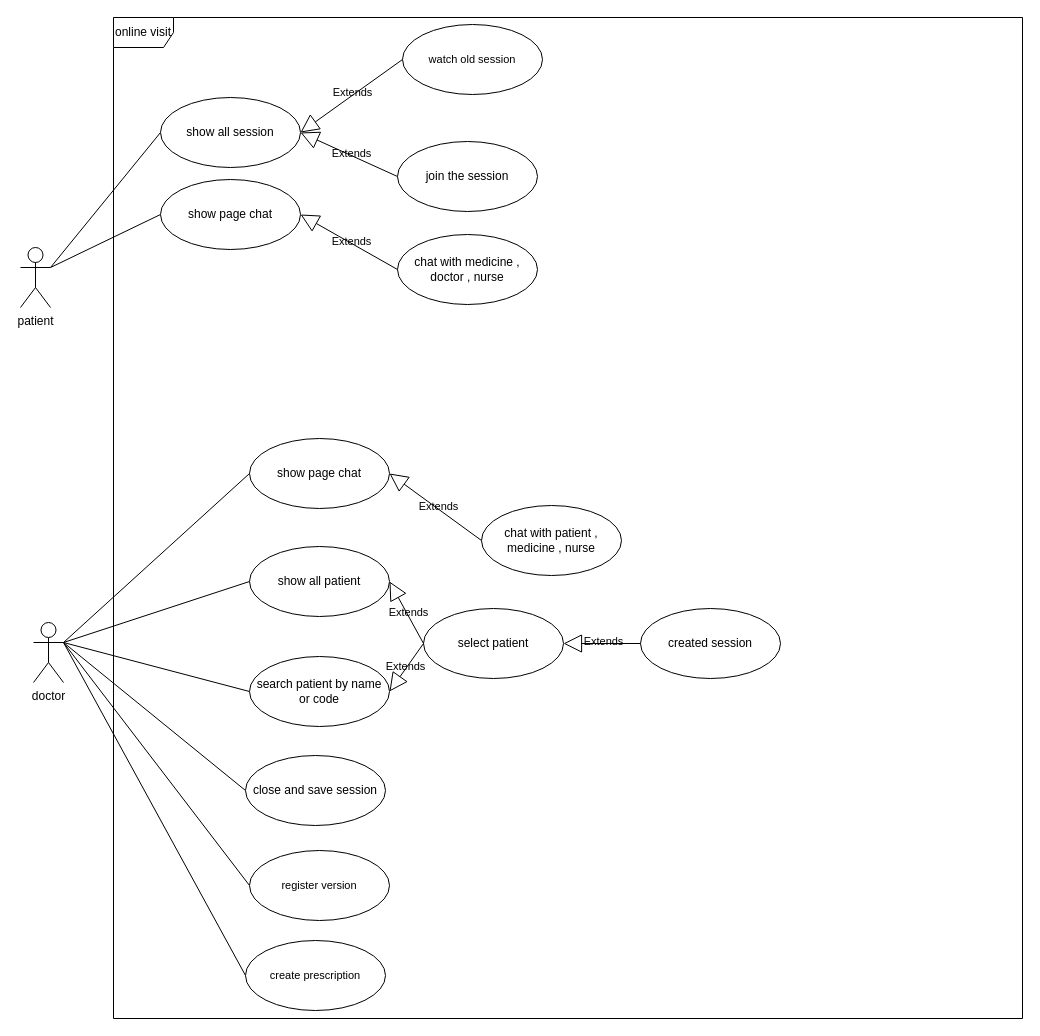
This is USECASE/online_visit.drawio from SalehAskari/telemedicine, a draw.io file, before an edit. Source tidied: cells renumbered, new cells numbered last; positions are measured from the earlier drawing's top-left corner, leaving out a move shared by most shapes. Both pictures are drawn from the tidied source at 100%, with x=0, y=0 at pixel (20, 17).
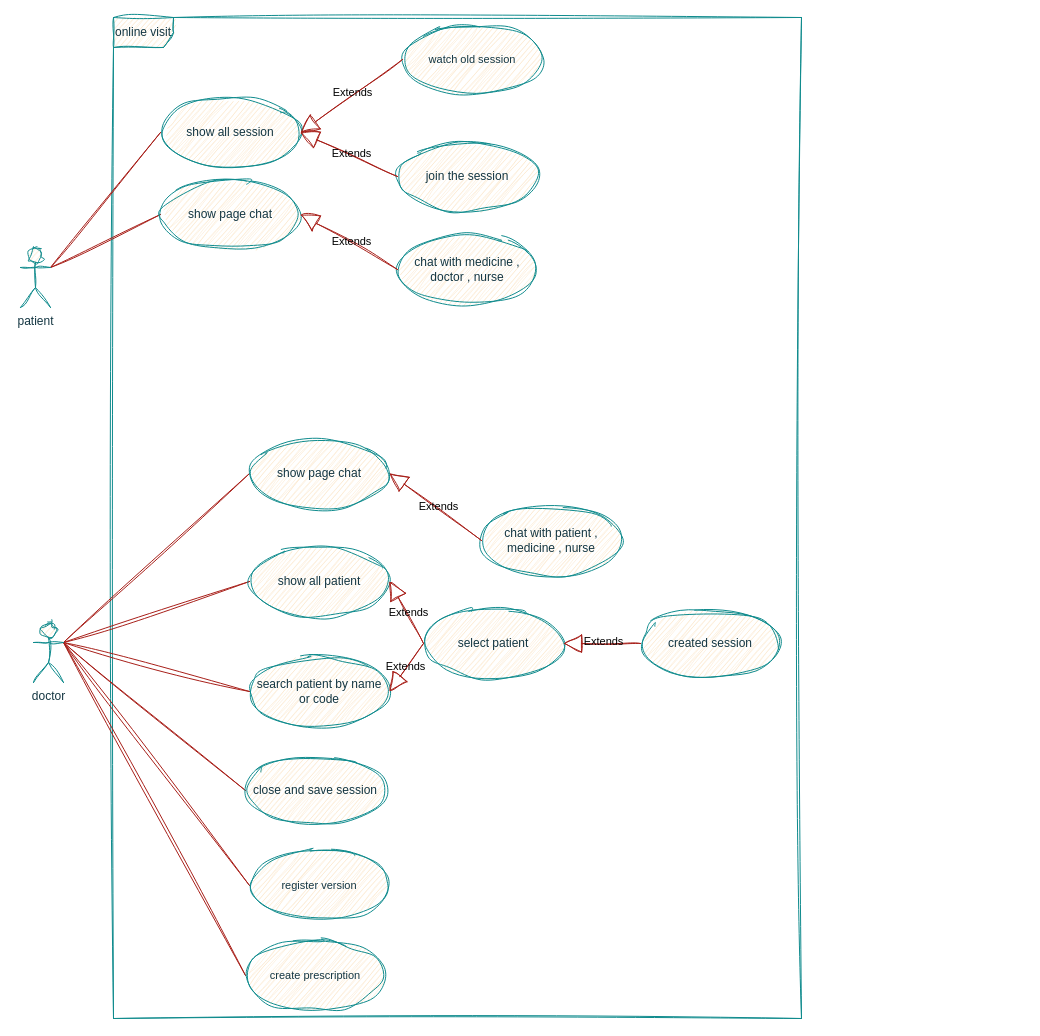
After the change.

Diff of the diagram source:
```diff
@@
-    <mxCell id="2" value="online visit" style="shape=umlFrame;whiteSpace=wrap;html=1;labelBackgroundColor=none;" parent="1" vertex="1">
-      <mxGeometry x="93" width="909" height="1001" as="geometry" />
+    <mxCell id="2" value="online visit" style="shape=umlFrame;whiteSpace=wrap;html=1;labelBackgroundColor=none;fillColor=#FAE5C7;strokeColor=#0F8B8D;fontColor=#143642;sketch=1;curveFitting=1;jiggle=2;" parent="1" vertex="1">
+      <mxGeometry x="93" width="688" height="1001" as="geometry" />
     </mxCell>
-    <mxCell id="3" style="edgeStyle=none;shape=connector;rounded=0;jettySize=auto;html=1;exitX=1;exitY=0.3333333333333333;exitDx=0;exitDy=0;exitPerimeter=0;entryX=0;entryY=0.5;entryDx=0;entryDy=0;align=center;verticalAlign=middle;fontFamily=Helvetica;fontSize=11;fontColor=default;labelBackgroundColor=none;startFill=0;endArrow=none;" parent="1" edge="1" source="9" target="15">
+    <mxCell id="3" style="edgeStyle=none;shape=connector;rounded=0;jettySize=auto;html=1;exitX=1;exitY=0.3333333333333333;exitDx=0;exitDy=0;exitPerimeter=0;entryX=0;entryY=0.5;entryDx=0;entryDy=0;align=center;verticalAlign=middle;fontFamily=Helvetica;fontSize=11;fontColor=default;labelBackgroundColor=none;startFill=0;endArrow=none;strokeColor=#A8201A;sketch=1;curveFitting=1;jiggle=2;" parent="1" edge="1" source="9" target="15">
       <mxGeometry relative="1" as="geometry" />
     </mxCell>
-    <mxCell id="4" style="edgeStyle=none;shape=connector;rounded=0;jettySize=auto;html=1;exitX=1;exitY=0.3333333333333333;exitDx=0;exitDy=0;exitPerimeter=0;entryX=0;entryY=0.5;entryDx=0;entryDy=0;align=center;verticalAlign=middle;fontFamily=Helvetica;fontSize=11;fontColor=default;labelBackgroundColor=none;startFill=0;endArrow=none;" parent="1" edge="1" source="9" target="17">
+    <mxCell id="4" style="edgeStyle=none;shape=connector;rounded=0;jettySize=auto;html=1;exitX=1;exitY=0.3333333333333333;exitDx=0;exitDy=0;exitPerimeter=0;entryX=0;entryY=0.5;entryDx=0;entryDy=0;align=center;verticalAlign=middle;fontFamily=Helvetica;fontSize=11;fontColor=default;labelBackgroundColor=none;startFill=0;endArrow=none;strokeColor=#A8201A;sketch=1;curveFitting=1;jiggle=2;" parent="1" edge="1" source="9" target="17">
       <mxGeometry relative="1" as="geometry" />
     </mxCell>
-    <mxCell id="5" style="edgeStyle=none;shape=connector;rounded=0;jettySize=auto;html=1;exitX=1;exitY=0.3333333333333333;exitDx=0;exitDy=0;exitPerimeter=0;entryX=0;entryY=0.5;entryDx=0;entryDy=0;align=center;verticalAlign=middle;fontFamily=Helvetica;fontSize=11;fontColor=default;labelBackgroundColor=none;startFill=0;endArrow=none;" parent="1" edge="1" source="9" target="22">
+    <mxCell id="5" style="edgeStyle=none;shape=connector;rounded=0;jettySize=auto;html=1;exitX=1;exitY=0.3333333333333333;exitDx=0;exitDy=0;exitPerimeter=0;entryX=0;entryY=0.5;entryDx=0;entryDy=0;align=center;verticalAlign=middle;fontFamily=Helvetica;fontSize=11;fontColor=default;labelBackgroundColor=none;startFill=0;endArrow=none;strokeColor=#A8201A;sketch=1;curveFitting=1;jiggle=2;" parent="1" edge="1" source="9" target="22">
       <mxGeometry relative="1" as="geometry" />
     </mxCell>
-    <mxCell id="6" style="edgeStyle=none;shape=connector;rounded=0;jettySize=auto;html=1;exitX=1;exitY=0.3333333333333333;exitDx=0;exitDy=0;exitPerimeter=0;entryX=0;entryY=0.5;entryDx=0;entryDy=0;align=center;verticalAlign=middle;fontFamily=Helvetica;fontSize=11;fontColor=default;labelBackgroundColor=none;startFill=0;endArrow=none;" parent="1" edge="1" source="9" target="26">
+    <mxCell id="6" style="edgeStyle=none;shape=connector;rounded=0;jettySize=auto;html=1;exitX=1;exitY=0.3333333333333333;exitDx=0;exitDy=0;exitPerimeter=0;entryX=0;entryY=0.5;entryDx=0;entryDy=0;align=center;verticalAlign=middle;fontFamily=Helvetica;fontSize=11;fontColor=default;labelBackgroundColor=none;startFill=0;endArrow=none;strokeColor=#A8201A;sketch=1;curveFitting=1;jiggle=2;" parent="1" edge="1" source="9" target="26">
       <mxGeometry relative="1" as="geometry" />
     </mxCell>
-    <mxCell id="7" style="edgeStyle=none;shape=connector;rounded=0;jettySize=auto;html=1;exitX=1;exitY=0.3333333333333333;exitDx=0;exitDy=0;exitPerimeter=0;entryX=0;entryY=0.5;entryDx=0;entryDy=0;strokeColor=default;align=center;verticalAlign=middle;fontFamily=Helvetica;fontSize=11;fontColor=default;labelBackgroundColor=none;startFill=0;endArrow=none;" parent="1" edge="1" source="9" target="27">
+    <mxCell id="7" style="edgeStyle=none;shape=connector;rounded=0;jettySize=auto;html=1;exitX=1;exitY=0.3333333333333333;exitDx=0;exitDy=0;exitPerimeter=0;entryX=0;entryY=0.5;entryDx=0;entryDy=0;strokeColor=#A8201A;align=center;verticalAlign=middle;fontFamily=Helvetica;fontSize=11;fontColor=default;labelBackgroundColor=none;startFill=0;endArrow=none;sketch=1;curveFitting=1;jiggle=2;" parent="1" edge="1" source="9" target="27">
       <mxGeometry relative="1" as="geometry" />
     </mxCell>
-    <mxCell id="8" style="edgeStyle=none;shape=connector;rounded=0;jettySize=auto;html=1;exitX=1;exitY=0.3333333333333333;exitDx=0;exitDy=0;exitPerimeter=0;entryX=0;entryY=0.5;entryDx=0;entryDy=0;strokeColor=default;align=center;verticalAlign=middle;fontFamily=Helvetica;fontSize=11;fontColor=default;labelBackgroundColor=none;startFill=0;endArrow=none;" parent="1" edge="1" source="9" target="31">
+    <mxCell id="8" style="edgeStyle=none;shape=connector;rounded=0;jettySize=auto;html=1;exitX=1;exitY=0.3333333333333333;exitDx=0;exitDy=0;exitPerimeter=0;entryX=0;entryY=0.5;entryDx=0;entryDy=0;strokeColor=#A8201A;align=center;verticalAlign=middle;fontFamily=Helvetica;fontSize=11;fontColor=default;labelBackgroundColor=none;startFill=0;endArrow=none;sketch=1;curveFitting=1;jiggle=2;" parent="1" edge="1" source="9" target="31">
       <mxGeometry relative="1" as="geometry" />
     </mxCell>
-    <mxCell id="9" value="doctor" style="shape=umlActor;verticalLabelPosition=bottom;verticalAlign=top;html=1;labelBackgroundColor=none;" parent="1" vertex="1">
+    <mxCell id="9" value="doctor" style="shape=umlActor;verticalLabelPosition=bottom;verticalAlign=top;html=1;labelBackgroundColor=none;fillColor=#FAE5C7;strokeColor=#0F8B8D;fontColor=#143642;sketch=1;curveFitting=1;jiggle=2;" parent="1" vertex="1">
       <mxGeometry x="13" y="605" width="30" height="60" as="geometry" />
     </mxCell>
-    <mxCell id="10" style="edgeStyle=none;shape=connector;rounded=0;jettySize=auto;html=1;exitX=1;exitY=0.3333333333333333;exitDx=0;exitDy=0;exitPerimeter=0;entryX=0;entryY=0.5;entryDx=0;entryDy=0;align=center;verticalAlign=middle;fontFamily=Helvetica;fontSize=11;fontColor=default;labelBackgroundColor=none;startFill=0;endArrow=none;" parent="1" edge="1" source="12" target="21">
+    <mxCell id="10" style="edgeStyle=none;shape=connector;rounded=0;jettySize=auto;html=1;exitX=1;exitY=0.3333333333333333;exitDx=0;exitDy=0;exitPerimeter=0;entryX=0;entryY=0.5;entryDx=0;entryDy=0;align=center;verticalAlign=middle;fontFamily=Helvetica;fontSize=11;fontColor=default;labelBackgroundColor=none;startFill=0;endArrow=none;strokeColor=#A8201A;sketch=1;curveFitting=1;jiggle=2;" parent="1" edge="1" source="12" target="21">
       <mxGeometry relative="1" as="geometry" />
     </mxCell>
-    <mxCell id="11" style="edgeStyle=none;shape=connector;rounded=0;jettySize=auto;html=1;exitX=1;exitY=0.3333333333333333;exitDx=0;exitDy=0;exitPerimeter=0;entryX=0;entryY=0.5;entryDx=0;entryDy=0;strokeColor=default;align=center;verticalAlign=middle;fontFamily=Helvetica;fontSize=11;fontColor=default;labelBackgroundColor=none;startFill=0;endArrow=none;" parent="1" edge="1" source="12" target="28">
+    <mxCell id="11" style="edgeStyle=none;shape=connector;rounded=0;jettySize=auto;html=1;exitX=1;exitY=0.3333333333333333;exitDx=0;exitDy=0;exitPerimeter=0;entryX=0;entryY=0.5;entryDx=0;entryDy=0;strokeColor=#A8201A;align=center;verticalAlign=middle;fontFamily=Helvetica;fontSize=11;fontColor=default;labelBackgroundColor=none;startFill=0;endArrow=none;sketch=1;curveFitting=1;jiggle=2;" parent="1" edge="1" source="12" target="28">
       <mxGeometry relative="1" as="geometry" />
     </mxCell>
-    <mxCell id="12" value="patient" style="shape=umlActor;verticalLabelPosition=bottom;verticalAlign=top;html=1;labelBackgroundColor=none;" parent="1" vertex="1">
+    <mxCell id="12" value="patient" style="shape=umlActor;verticalLabelPosition=bottom;verticalAlign=top;html=1;labelBackgroundColor=none;fillColor=#FAE5C7;strokeColor=#0F8B8D;fontColor=#143642;sketch=1;curveFitting=1;jiggle=2;" parent="1" vertex="1">
       <mxGeometry y="230" width="30" height="60" as="geometry" />
     </mxCell>
-    <mxCell id="13" value="created session" style="ellipse;whiteSpace=wrap;html=1;labelBackgroundColor=none;" parent="1" vertex="1">
+    <mxCell id="13" value="created session" style="ellipse;whiteSpace=wrap;html=1;labelBackgroundColor=none;fillColor=#FAE5C7;strokeColor=#0F8B8D;fontColor=#143642;sketch=1;curveFitting=1;jiggle=2;" parent="1" vertex="1">
       <mxGeometry x="620" y="591" width="140" height="70" as="geometry" />
     </mxCell>
-    <mxCell id="14" value="join the session" style="ellipse;whiteSpace=wrap;html=1;labelBackgroundColor=none;" parent="1" vertex="1">
+    <mxCell id="14" value="join the session" style="ellipse;whiteSpace=wrap;html=1;labelBackgroundColor=none;fillColor=#FAE5C7;strokeColor=#0F8B8D;fontColor=#143642;sketch=1;curveFitting=1;jiggle=2;" parent="1" vertex="1">
       <mxGeometry x="377" y="124" width="140" height="70" as="geometry" />
     </mxCell>
-    <mxCell id="15" value="show all patient" style="ellipse;whiteSpace=wrap;html=1;labelBackgroundColor=none;" parent="1" vertex="1">
+    <mxCell id="15" value="show all patient" style="ellipse;whiteSpace=wrap;html=1;labelBackgroundColor=none;fillColor=#FAE5C7;strokeColor=#0F8B8D;fontColor=#143642;sketch=1;curveFitting=1;jiggle=2;" parent="1" vertex="1">
       <mxGeometry x="229" y="529" width="140" height="70" as="geometry" />
     </mxCell>
-    <mxCell id="16" value="select patient" style="ellipse;whiteSpace=wrap;html=1;labelBackgroundColor=none;" parent="1" vertex="1">
+    <mxCell id="16" value="select patient" style="ellipse;whiteSpace=wrap;html=1;labelBackgroundColor=none;fillColor=#FAE5C7;strokeColor=#0F8B8D;fontColor=#143642;sketch=1;curveFitting=1;jiggle=2;" parent="1" vertex="1">
       <mxGeometry x="403" y="591" width="140" height="70" as="geometry" />
     </mxCell>
-    <mxCell id="17" value="search patient by name or code" style="ellipse;whiteSpace=wrap;html=1;labelBackgroundColor=none;" parent="1" vertex="1">
+    <mxCell id="17" value="search patient by name or code" style="ellipse;whiteSpace=wrap;html=1;labelBackgroundColor=none;fillColor=#FAE5C7;strokeColor=#0F8B8D;fontColor=#143642;sketch=1;curveFitting=1;jiggle=2;" parent="1" vertex="1">
       <mxGeometry x="229" y="639" width="140" height="70" as="geometry" />
     </mxCell>
-    <mxCell id="18" value="Extends" style="endArrow=block;endSize=16;endFill=0;html=1;rounded=0;align=center;verticalAlign=middle;fontFamily=Helvetica;fontSize=11;fontColor=default;labelBackgroundColor=none;entryX=1;entryY=0.5;entryDx=0;entryDy=0;exitX=0;exitY=0.5;exitDx=0;exitDy=0;" parent="1" edge="1" source="16" target="15">
+    <mxCell id="18" value="Extends" style="endArrow=block;endSize=16;endFill=0;html=1;rounded=0;align=center;verticalAlign=middle;fontFamily=Helvetica;fontSize=11;fontColor=default;labelBackgroundColor=none;entryX=1;entryY=0.5;entryDx=0;entryDy=0;exitX=0;exitY=0.5;exitDx=0;exitDy=0;strokeColor=#A8201A;sketch=1;curveFitting=1;jiggle=2;" parent="1" edge="1" source="16" target="15">
       <mxGeometry x="-0.03" y="-2" relative="1" as="geometry" />
     </mxCell>
-    <mxCell id="19" value="Extends" style="endArrow=block;endSize=16;endFill=0;html=1;rounded=0;align=center;verticalAlign=middle;fontFamily=Helvetica;fontSize=11;fontColor=default;labelBackgroundColor=none;entryX=1;entryY=0.5;entryDx=0;entryDy=0;exitX=0;exitY=0.5;exitDx=0;exitDy=0;" parent="1" edge="1" source="16" target="17">
+    <mxCell id="19" value="Extends" style="endArrow=block;endSize=16;endFill=0;html=1;rounded=0;align=center;verticalAlign=middle;fontFamily=Helvetica;fontSize=11;fontColor=default;labelBackgroundColor=none;entryX=1;entryY=0.5;entryDx=0;entryDy=0;exitX=0;exitY=0.5;exitDx=0;exitDy=0;strokeColor=#A8201A;sketch=1;curveFitting=1;jiggle=2;" parent="1" edge="1" source="16" target="17">
       <mxGeometry x="-0.03" y="-2" relative="1" as="geometry" />
     </mxCell>
-    <mxCell id="20" value="Extends" style="endArrow=block;endSize=16;endFill=0;html=1;rounded=0;align=center;verticalAlign=middle;fontFamily=Helvetica;fontSize=11;fontColor=default;labelBackgroundColor=none;entryX=1;entryY=0.5;entryDx=0;entryDy=0;exitX=0;exitY=0.5;exitDx=0;exitDy=0;" parent="1" edge="1" source="13" target="16">
+    <mxCell id="20" value="Extends" style="endArrow=block;endSize=16;endFill=0;html=1;rounded=0;align=center;verticalAlign=middle;fontFamily=Helvetica;fontSize=11;fontColor=default;labelBackgroundColor=none;entryX=1;entryY=0.5;entryDx=0;entryDy=0;exitX=0;exitY=0.5;exitDx=0;exitDy=0;strokeColor=#A8201A;sketch=1;curveFitting=1;jiggle=2;" parent="1" edge="1" source="13" target="16">
       <mxGeometry x="-0.04" y="-2" relative="1" as="geometry" />
     </mxCell>
-    <mxCell id="21" value="show all session" style="ellipse;whiteSpace=wrap;html=1;labelBackgroundColor=none;" parent="1" vertex="1">
+    <mxCell id="21" value="show all session" style="ellipse;whiteSpace=wrap;html=1;labelBackgroundColor=none;fillColor=#FAE5C7;strokeColor=#0F8B8D;fontColor=#143642;sketch=1;curveFitting=1;jiggle=2;" parent="1" vertex="1">
       <mxGeometry x="140" y="80" width="140" height="70" as="geometry" />
     </mxCell>
-    <mxCell id="22" value="close and save session" style="ellipse;whiteSpace=wrap;html=1;labelBackgroundColor=none;" parent="1" vertex="1">
+    <mxCell id="22" value="close and save session" style="ellipse;whiteSpace=wrap;html=1;labelBackgroundColor=none;fillColor=#FAE5C7;strokeColor=#0F8B8D;fontColor=#143642;sketch=1;curveFitting=1;jiggle=2;" parent="1" vertex="1">
       <mxGeometry x="225" y="738" width="140" height="70" as="geometry" />
     </mxCell>
-    <mxCell id="23" value="Extends" style="endArrow=block;endSize=16;endFill=0;html=1;rounded=0;align=center;verticalAlign=middle;fontFamily=Helvetica;fontSize=11;fontColor=default;labelBackgroundColor=none;entryX=1;entryY=0.5;entryDx=0;entryDy=0;exitX=0;exitY=0.5;exitDx=0;exitDy=0;" parent="1" edge="1" source="14" target="21">
+    <mxCell id="23" value="Extends" style="endArrow=block;endSize=16;endFill=0;html=1;rounded=0;align=center;verticalAlign=middle;fontFamily=Helvetica;fontSize=11;fontColor=default;labelBackgroundColor=none;entryX=1;entryY=0.5;entryDx=0;entryDy=0;exitX=0;exitY=0.5;exitDx=0;exitDy=0;strokeColor=#A8201A;sketch=1;curveFitting=1;jiggle=2;" parent="1" edge="1" source="14" target="21">
       <mxGeometry x="-0.04" y="-2" relative="1" as="geometry" />
     </mxCell>
-    <mxCell id="24" value="watch old session" style="ellipse;whiteSpace=wrap;html=1;fontFamily=Helvetica;fontSize=11;labelBackgroundColor=none;" parent="1" vertex="1">
+    <mxCell id="24" value="watch old session" style="ellipse;whiteSpace=wrap;html=1;fontFamily=Helvetica;fontSize=11;labelBackgroundColor=none;fillColor=#FAE5C7;strokeColor=#0F8B8D;fontColor=#143642;sketch=1;curveFitting=1;jiggle=2;" parent="1" vertex="1">
       <mxGeometry x="382" y="7" width="140" height="70" as="geometry" />
     </mxCell>
-    <mxCell id="25" value="Extends" style="endArrow=block;endSize=16;endFill=0;html=1;rounded=0;align=center;verticalAlign=middle;fontFamily=Helvetica;fontSize=11;fontColor=default;labelBackgroundColor=none;entryX=1;entryY=0.5;entryDx=0;entryDy=0;exitX=0;exitY=0.5;exitDx=0;exitDy=0;" parent="1" edge="1" source="24" target="21">
+    <mxCell id="25" value="Extends" style="endArrow=block;endSize=16;endFill=0;html=1;rounded=0;align=center;verticalAlign=middle;fontFamily=Helvetica;fontSize=11;fontColor=default;labelBackgroundColor=none;entryX=1;entryY=0.5;entryDx=0;entryDy=0;exitX=0;exitY=0.5;exitDx=0;exitDy=0;strokeColor=#A8201A;sketch=1;curveFitting=1;jiggle=2;" parent="1" edge="1" source="24" target="21">
       <mxGeometry x="-0.04" y="-2" relative="1" as="geometry" />
     </mxCell>
-    <mxCell id="26" value="register version" style="ellipse;whiteSpace=wrap;html=1;fontFamily=Helvetica;fontSize=11;labelBackgroundColor=none;" parent="1" vertex="1">
+    <mxCell id="26" value="register version" style="ellipse;whiteSpace=wrap;html=1;fontFamily=Helvetica;fontSize=11;labelBackgroundColor=none;fillColor=#FAE5C7;strokeColor=#0F8B8D;fontColor=#143642;sketch=1;curveFitting=1;jiggle=2;" parent="1" vertex="1">
       <mxGeometry x="229" y="833" width="140" height="70" as="geometry" />
     </mxCell>
-    <mxCell id="27" value="create prescription" style="ellipse;whiteSpace=wrap;html=1;fontFamily=Helvetica;fontSize=11;labelBackgroundColor=none;" parent="1" vertex="1">
+    <mxCell id="27" value="create prescription" style="ellipse;whiteSpace=wrap;html=1;fontFamily=Helvetica;fontSize=11;labelBackgroundColor=none;fillColor=#FAE5C7;strokeColor=#0F8B8D;fontColor=#143642;sketch=1;curveFitting=1;jiggle=2;" parent="1" vertex="1">
       <mxGeometry x="225" y="923" width="140" height="70" as="geometry" />
     </mxCell>
-    <mxCell id="28" value="show page chat" style="ellipse;whiteSpace=wrap;html=1;labelBackgroundColor=none;" parent="1" vertex="1">
+    <mxCell id="28" value="show page chat" style="ellipse;whiteSpace=wrap;html=1;labelBackgroundColor=none;fillColor=#FAE5C7;strokeColor=#0F8B8D;fontColor=#143642;sketch=1;curveFitting=1;jiggle=2;" parent="1" vertex="1">
       <mxGeometry x="140" y="162" width="140" height="70" as="geometry" />
     </mxCell>
-    <mxCell id="29" value="chat with medicine , doctor , nurse" style="ellipse;whiteSpace=wrap;html=1;labelBackgroundColor=none;" parent="1" vertex="1">
+    <mxCell id="29" value="chat with medicine , doctor , nurse" style="ellipse;whiteSpace=wrap;html=1;labelBackgroundColor=none;fillColor=#FAE5C7;strokeColor=#0F8B8D;fontColor=#143642;sketch=1;curveFitting=1;jiggle=2;" parent="1" vertex="1">
       <mxGeometry x="377" y="217" width="140" height="70" as="geometry" />
     </mxCell>
-    <mxCell id="30" value="Extends" style="endArrow=block;endSize=16;endFill=0;html=1;rounded=0;align=center;verticalAlign=middle;fontFamily=Helvetica;fontSize=11;fontColor=default;labelBackgroundColor=none;entryX=1;entryY=0.5;entryDx=0;entryDy=0;exitX=0;exitY=0.5;exitDx=0;exitDy=0;" parent="1" edge="1" source="29" target="28">
+    <mxCell id="30" value="Extends" style="endArrow=block;endSize=16;endFill=0;html=1;rounded=0;align=center;verticalAlign=middle;fontFamily=Helvetica;fontSize=11;fontColor=default;labelBackgroundColor=none;entryX=1;entryY=0.5;entryDx=0;entryDy=0;exitX=0;exitY=0.5;exitDx=0;exitDy=0;strokeColor=#A8201A;sketch=1;curveFitting=1;jiggle=2;" parent="1" edge="1" source="29" target="28">
       <mxGeometry x="-0.04" y="-2" relative="1" as="geometry" />
     </mxCell>
-    <mxCell id="31" value="show page chat" style="ellipse;whiteSpace=wrap;html=1;labelBackgroundColor=none;" parent="1" vertex="1">
+    <mxCell id="31" value="show page chat" style="ellipse;whiteSpace=wrap;html=1;labelBackgroundColor=none;fillColor=#FAE5C7;strokeColor=#0F8B8D;fontColor=#143642;sketch=1;curveFitting=1;jiggle=2;" parent="1" vertex="1">
       <mxGeometry x="229" y="421" width="140" height="70" as="geometry" />
     </mxCell>
-    <mxCell id="32" value="chat with patient , medicine , nurse" style="ellipse;whiteSpace=wrap;html=1;labelBackgroundColor=none;" parent="1" vertex="1">
+    <mxCell id="32" value="chat with patient , medicine , nurse" style="ellipse;whiteSpace=wrap;html=1;labelBackgroundColor=none;fillColor=#FAE5C7;strokeColor=#0F8B8D;fontColor=#143642;sketch=1;curveFitting=1;jiggle=2;" parent="1" vertex="1">
       <mxGeometry x="461" y="488" width="140" height="70" as="geometry" />
     </mxCell>
-    <mxCell id="33" value="Extends" style="endArrow=block;endSize=16;endFill=0;html=1;rounded=0;align=center;verticalAlign=middle;fontFamily=Helvetica;fontSize=11;fontColor=default;labelBackgroundColor=none;entryX=1;entryY=0.5;entryDx=0;entryDy=0;exitX=0;exitY=0.5;exitDx=0;exitDy=0;" parent="1" edge="1" source="32" target="31">
+    <mxCell id="33" value="Extends" style="endArrow=block;endSize=16;endFill=0;html=1;rounded=0;align=center;verticalAlign=middle;fontFamily=Helvetica;fontSize=11;fontColor=default;labelBackgroundColor=none;entryX=1;entryY=0.5;entryDx=0;entryDy=0;exitX=0;exitY=0.5;exitDx=0;exitDy=0;strokeColor=#A8201A;sketch=1;curveFitting=1;jiggle=2;" parent="1" edge="1" source="32" target="31">
       <mxGeometry x="-0.04" y="-2" relative="1" as="geometry" />
     </mxCell>
```
